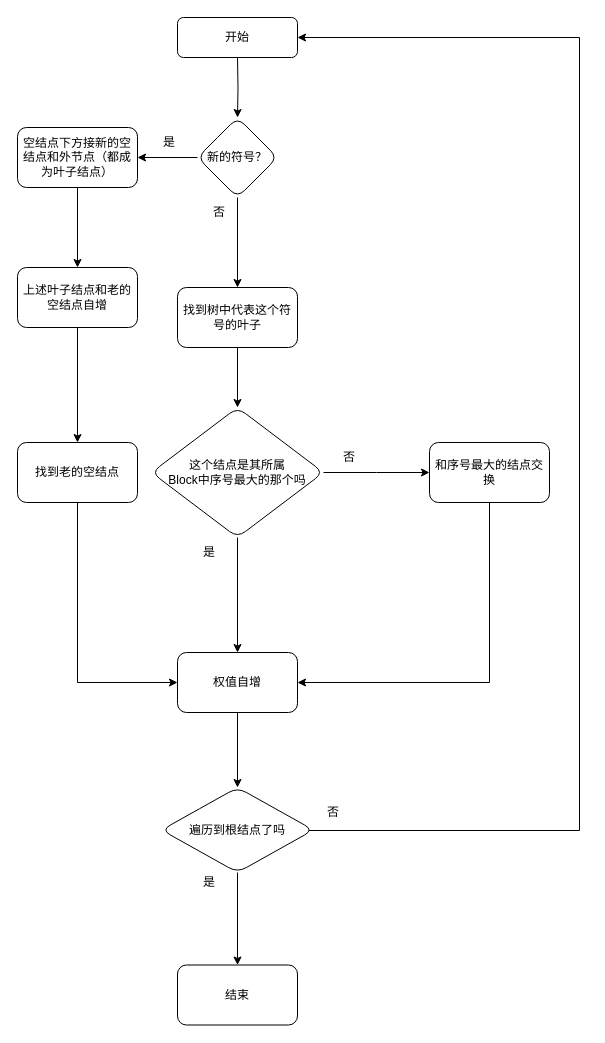
Earlier version of the draw.io diagram drawio_src/update.drawio (notch1p/DS-2023-final). Source tidied: cells renumbered, new cells numbered last; positions are measured from the earlier drawing's top-left corner, leaving out a move shared by most shapes. Both pictures are drawn from the tidied source at 100%, with x=0, y=0 at pixel (17, 17).
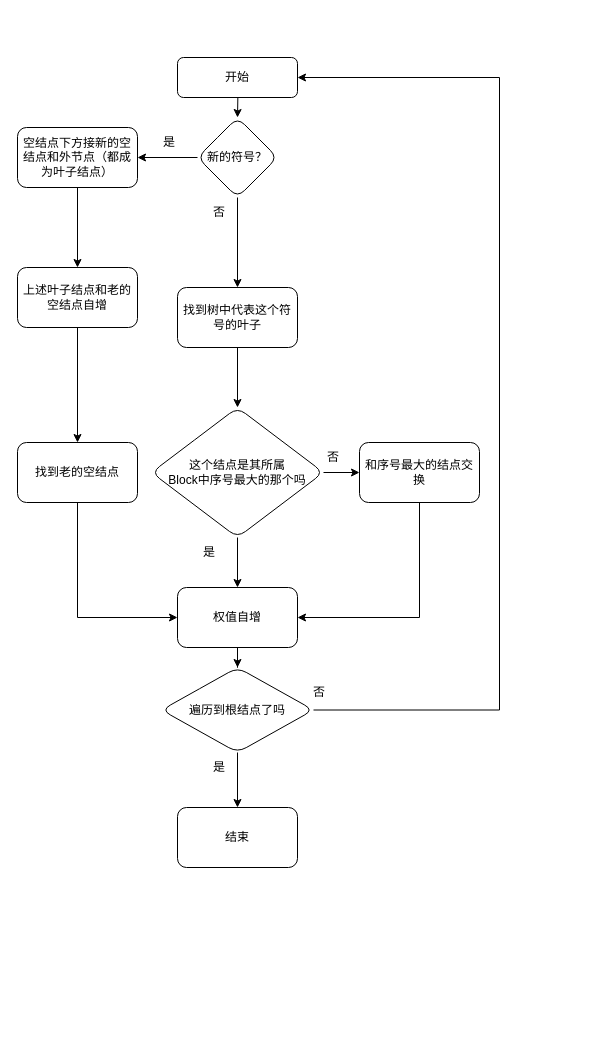
The same page after the edit.

The change refers to these unchanged cells:
```xml
<mxCell id="19" value="这个结点是其所属&lt;br&gt;Block中序号最大的那个吗" style="rhombus;whiteSpace=wrap;html=1;rounded=1;glass=0;strokeWidth=1;shadow=0;" parent="1" vertex="1">
  <mxGeometry x="134" y="390" width="172" height="130" as="geometry" />
</mxCell>
```

Change to the diagram source:
```diff
@@
     <mxCell id="3" value="开始" style="rounded=1;whiteSpace=wrap;html=1;fontSize=12;glass=0;strokeWidth=1;shadow=0;" parent="1" vertex="1">
-      <mxGeometry x="160" width="120" height="40" as="geometry" />
+      <mxGeometry x="160" y="40" width="120" height="40" as="geometry" />
     </mxCell>
@@
-    <mxCell id="18" style="edgeStyle=orthogonalEdgeStyle;rounded=0;jettySize=auto;html=1;" parent="1" edge="1" source="19">
-      <mxGeometry relative="1" as="geometry">
-        <mxPoint x="412" y="455" as="targetPoint" />
-      </mxGeometry>
-    </mxCell>
@@
     <mxCell id="21" value="权值自增" style="whiteSpace=wrap;html=1;rounded=1;glass=0;strokeWidth=1;shadow=0;" parent="1" vertex="1">
-      <mxGeometry x="160" y="635" width="120" height="60" as="geometry" />
+      <mxGeometry x="160" y="570" width="120" height="60" as="geometry" />
     </mxCell>
@@
-    <mxCell id="24" value="和序号最大的结点交换" style="rounded=1;whiteSpace=wrap;html=1;glass=0;strokeWidth=1;shadow=0;" parent="1" vertex="1">
-      <mxGeometry x="412" y="425" width="120" height="60" as="geometry" />
-    </mxCell>
     <mxCell id="25" value="否" style="text;html=1;strokeColor=none;fillColor=none;align=center;verticalAlign=middle;whiteSpace=wrap;rounded=0;" parent="1" vertex="1">
-      <mxGeometry x="302" y="425" width="60" height="30" as="geometry" />
+      <mxGeometry x="286" y="425" width="60" height="30" as="geometry" />
     </mxCell>
@@
-    <mxCell id="27" style="edgeStyle=orthogonalEdgeStyle;rounded=0;jettySize=auto;html=1;exitX=0.944;exitY=0.494;exitDx=0;exitDy=0;entryX=1;entryY=0.5;entryDx=0;entryDy=0;exitPerimeter=0;" parent="1" edge="1" source="28" target="3">
+    <mxCell id="27" style="edgeStyle=orthogonalEdgeStyle;rounded=0;jettySize=auto;html=1;exitX=1;exitY=0.5;exitDx=0;exitDy=0;entryX=1;entryY=0.5;entryDx=0;entryDy=0;" parent="1" edge="1" source="28" target="3">
       <mxGeometry relative="1" as="geometry">
         <Array as="points">
-          <mxPoint x="288" y="813" />
-          <mxPoint x="562" y="813" />
-          <mxPoint x="562" y="20" />
+          <mxPoint x="482" y="693" />
+          <mxPoint x="482" y="60" />
         </Array>
       </mxGeometry>
     </mxCell>
     <mxCell id="28" value="遍历到根结点了吗" style="rhombus;whiteSpace=wrap;html=1;rounded=1;glass=0;strokeWidth=1;shadow=0;" parent="1" vertex="1">
-      <mxGeometry x="144" y="770" width="152" height="85" as="geometry" />
+      <mxGeometry x="144" y="650" width="152" height="85" as="geometry" />
     </mxCell>
     <mxCell id="29" value="结束" style="whiteSpace=wrap;html=1;rounded=1;glass=0;strokeWidth=1;shadow=0;" parent="1" vertex="1">
-      <mxGeometry x="160" y="947.5" width="120" height="60" as="geometry" />
+      <mxGeometry x="160" y="790" width="120" height="60" as="geometry" />
     </mxCell>
     <mxCell id="30" value="是" style="text;html=1;strokeColor=none;fillColor=none;align=center;verticalAlign=middle;whiteSpace=wrap;rounded=0;" parent="1" vertex="1">
-      <mxGeometry x="162" y="850" width="60" height="30" as="geometry" />
+      <mxGeometry x="172" y="735" width="60" height="30" as="geometry" />
     </mxCell>
     <mxCell id="31" value="否" style="text;html=1;strokeColor=none;fillColor=none;align=center;verticalAlign=middle;whiteSpace=wrap;rounded=0;" parent="1" vertex="1">
-      <mxGeometry x="286" y="780" width="60" height="30" as="geometry" />
+      <mxGeometry x="272" y="660" width="60" height="30" as="geometry" />
     </mxCell>
+    <mxCell id="32" style="edgeStyle=orthogonalEdgeStyle;rounded=0;jettySize=auto;html=1;" parent="1" edge="1" source="19" target="24">
+      <mxGeometry relative="1" as="geometry" />
+    </mxCell>
+    <mxCell id="24" value="和序号最大的结点交换" style="rounded=1;whiteSpace=wrap;html=1;glass=0;strokeWidth=1;shadow=0;" parent="1" vertex="1">
+      <mxGeometry x="342" y="425" width="120" height="60" as="geometry" />
+    </mxCell>
```
